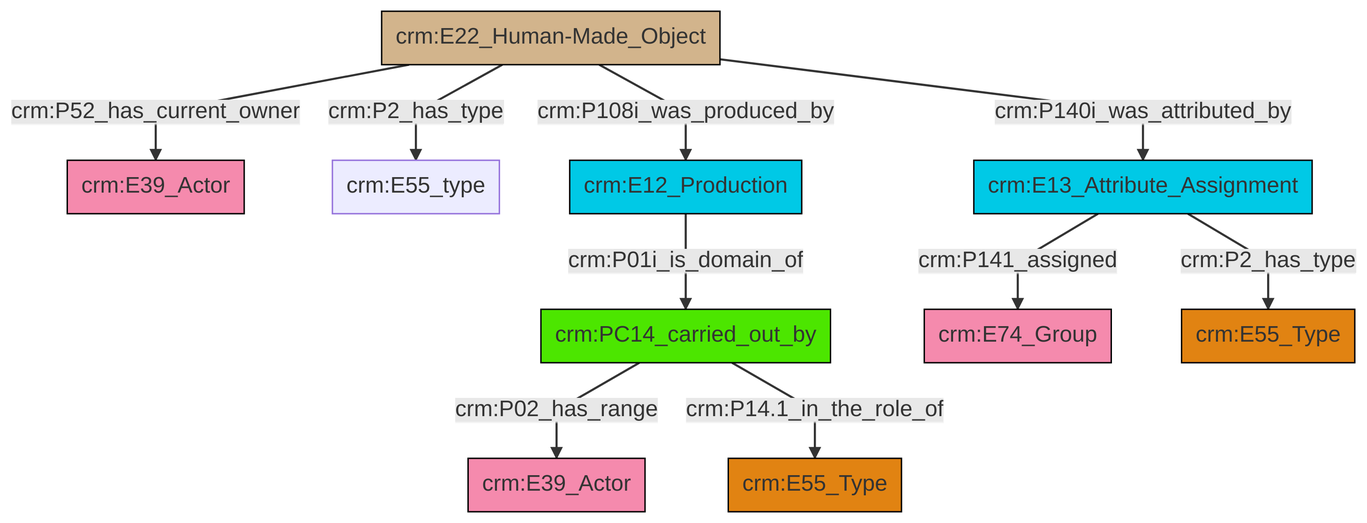
swiss-art-research-net/docs.swissartresearch keeps this Mermaid diagram as et/builtWorkCSV/ttl/mmd/png/Built_Work_actor_relations.png. Above is the earlier version. Its source is kept beside it as et/builtWorkCSV/ttl/mmd/Built_Work_actor_relations.ttl.mmd.
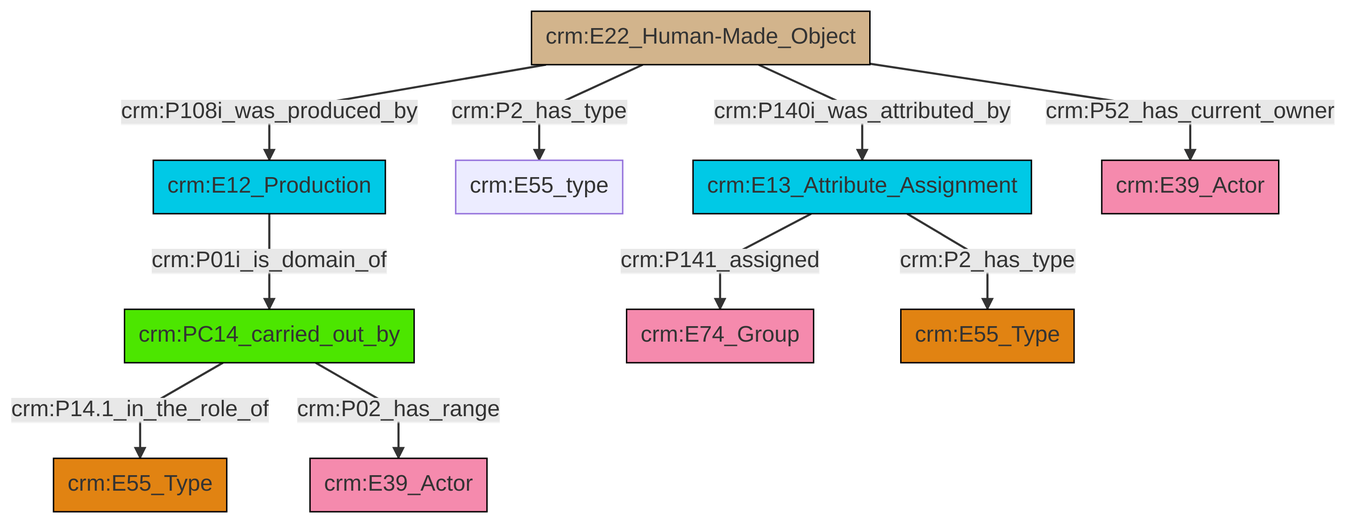
The same diagram one commit later.

What changed in the source:
```diff
@@ -13,12 +13,12 @@
 classDef PC_Classes fill:#4ce600, stroke:#000000;
 classDef Multi fill:#cccccc,stroke:#000000;
 
-0["crm:E22_Human-Made_Object"]:::Physical_Thing -->|crm:P52_has_current_owner| 1["crm:E39_Actor"]:::Actor
-0["crm:E22_Human-Made_Object"]:::Physical_Thing -->|crm:P2_has_type| 2["crm:E55_type"]:::Default
-4["crm:E12_Production"]:::Temporal_Entity -->|crm:P01i_is_domain_of| 5["crm:PC14_carried_out_by"]:::PC_Classes
-5["crm:PC14_carried_out_by"]:::PC_Classes -->|crm:P02_has_range| 6["crm:E39_Actor"]:::Actor
-5["crm:PC14_carried_out_by"]:::PC_Classes -->|crm:P14.1_in_the_role_of| 9["crm:E55_Type"]:::Type
-11["crm:E13_Attribute_Assignment"]:::Temporal_Entity -->|crm:P141_assigned| 14["crm:E74_Group"]:::Actor
-0["crm:E22_Human-Made_Object"]:::Physical_Thing -->|crm:P140i_was_attributed_by| 11["crm:E13_Attribute_Assignment"]:::Temporal_Entity
-11["crm:E13_Attribute_Assignment"]:::Temporal_Entity -->|crm:P2_has_type| 15["crm:E55_Type"]:::Type
-0["crm:E22_Human-Made_Object"]:::Physical_Thing -->|crm:P108i_was_produced_by| 4["crm:E12_Production"]:::Temporal_Entity
+2["crm:PC14_carried_out_by"]:::PC_Classes -->|crm:P14.1_in_the_role_of| 3["crm:E55_Type"]:::Type
+4["crm:E22_Human-Made_Object"]:::Physical_Thing -->|crm:P108i_was_produced_by| 8["crm:E12_Production"]:::Temporal_Entity
+4["crm:E22_Human-Made_Object"]:::Physical_Thing -->|crm:P2_has_type| 11["crm:E55_type"]:::Default
+6["crm:E13_Attribute_Assignment"]:::Temporal_Entity -->|crm:P141_assigned| 9["crm:E74_Group"]:::Actor
+6["crm:E13_Attribute_Assignment"]:::Temporal_Entity -->|crm:P2_has_type| 0["crm:E55_Type"]:::Type
+4["crm:E22_Human-Made_Object"]:::Physical_Thing -->|crm:P140i_was_attributed_by| 6["crm:E13_Attribute_Assignment"]:::Temporal_Entity
+2["crm:PC14_carried_out_by"]:::PC_Classes -->|crm:P02_has_range| 14["crm:E39_Actor"]:::Actor
+4["crm:E22_Human-Made_Object"]:::Physical_Thing -->|crm:P52_has_current_owner| 19["crm:E39_Actor"]:::Actor
+8["crm:E12_Production"]:::Temporal_Entity -->|crm:P01i_is_domain_of| 2["crm:PC14_carried_out_by"]:::PC_Classes
```
